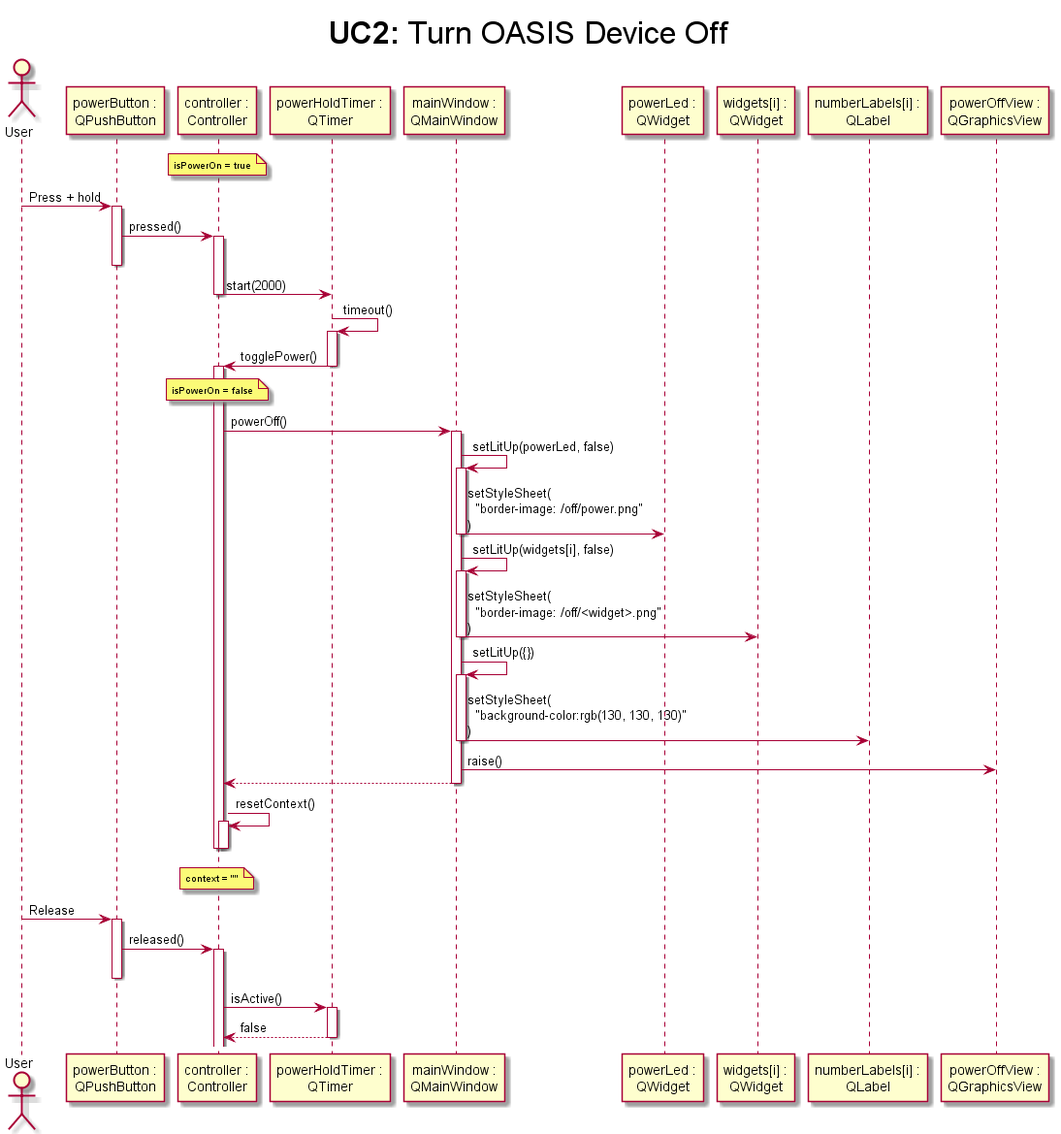
Earlier version of the PlantUML export design/sequence/UC2-deviceOff.png (alejita11011/CES-Simulator).
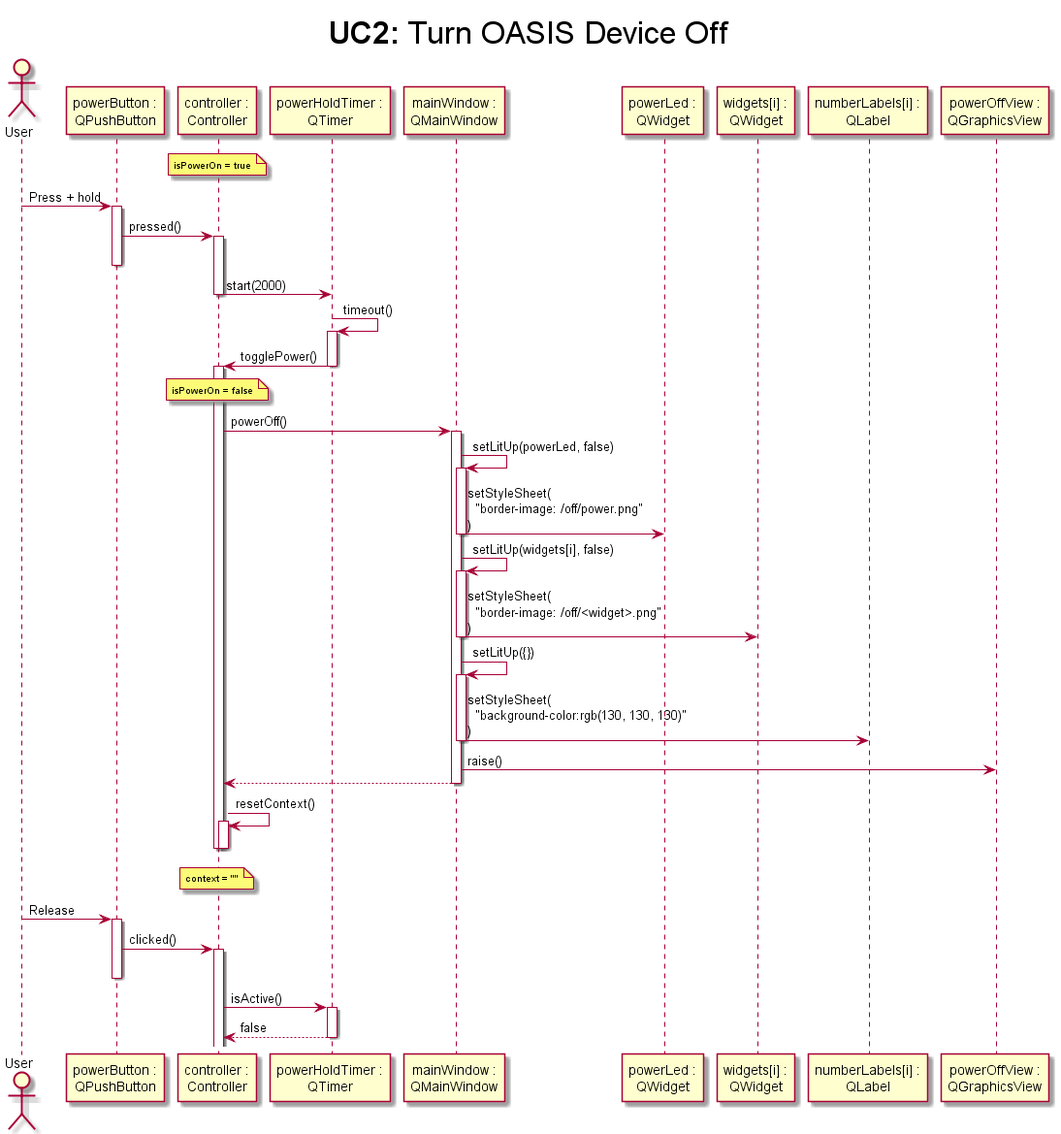
The same file after the commit.

Commit message:
Update diagrams using clicked() signal as done in #23

The edit, as a diff of the source:
```diff
@@ -34,7 +34,7 @@
 controller --
 
 user -> powerButton ++ : Release
-powerButton -> controller ++-- : released()
+powerButton -> controller ++-- : clicked()
 controller -> powerHoldTimer ++ : isActive()
 return false
 
```
